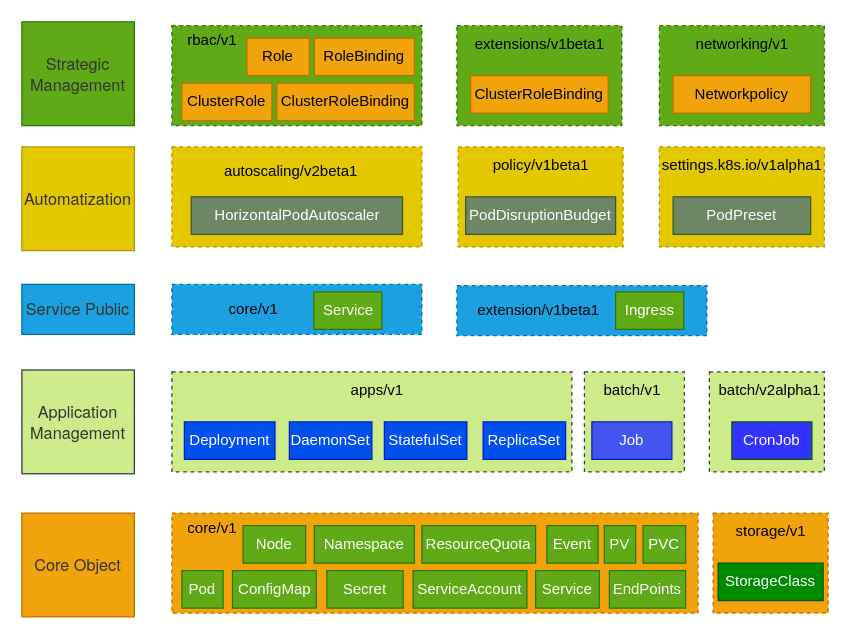
Above: k8s_object_group.drawio in ssider/draw (draw.io), before the change. Source tidied: cells renumbered, new cells numbered last; positions are measured from the earlier drawing's top-left corner, leaving out a move shared by most shapes. Both pictures are drawn from the tidied source at 125%, with x=0, y=0 at pixel (21, 21).
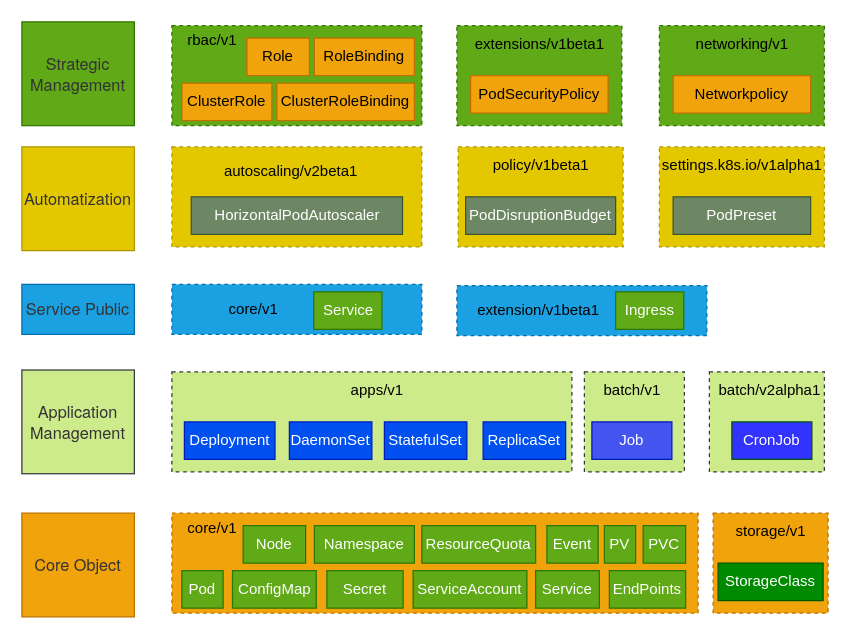
After the change.

The edit, as a diff of the source:
```diff
@@
-    <mxCell id="10" value="ClusterRoleBinding" style="rounded=0;whiteSpace=wrap;html=1;fillColor=#f0a30a;strokeColor=#BD7000;fontColor=#000000;" parent="1" vertex="1">
+    <mxCell id="10" value="PodSecurityPolicy" style="rounded=0;whiteSpace=wrap;html=1;fillColor=#f0a30a;strokeColor=#BD7000;fontColor=#000000;" parent="1" vertex="1">
       <mxGeometry x="359" y="43" width="110" height="30" as="geometry" />
     </mxCell>
```
